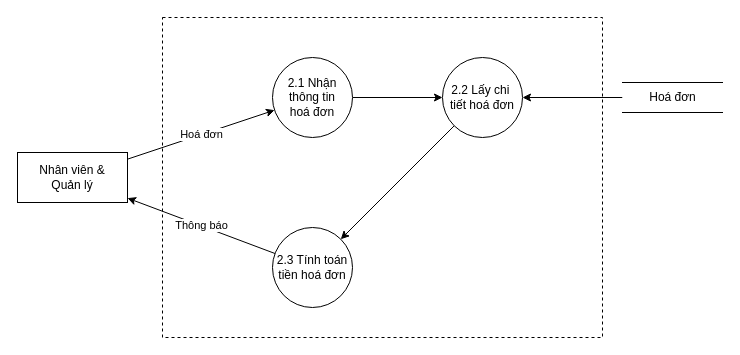
Earlier version of the draw.io diagram page "DFD Mức 2 - 2" (7 of 12) of Document/ĐồÁn/Diagram/Sơ đồ chức năng ministore.drawio (EdgarIgnite16/HTTTDN-Project). Source tidied: cells renumbered, new cells numbered last; positions are measured from the earlier drawing's top-left corner, leaving out a move shared by most shapes. Both pictures are drawn from the tidied source at 100%, with x=0, y=0 at pixel (17, 17).
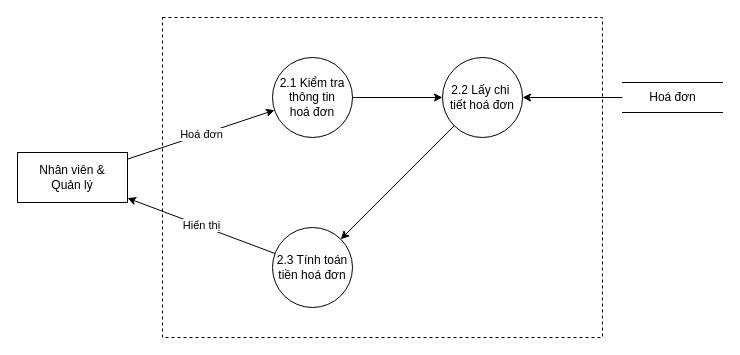
The same diagram, later.

Diff of the diagram source:
```diff
@@
 <mxGraphModel>
   <root>
     <mxCell id="0" />
     <mxCell id="1" parent="0" />
     <mxCell id="2" style="rounded=0;whiteSpace=wrap;html=1;fontFamily=Helvetica;fontSize=12;dashed=1;" parent="1" vertex="1">
       <mxGeometry x="145" width="440" height="320" as="geometry" />
     </mxCell>
     <mxCell id="3" style="edgeStyle=orthogonalEdgeStyle;rounded=0;jettySize=auto;html=1;" parent="1" edge="1" source="4" target="10">
       <mxGeometry relative="1" as="geometry" />
     </mxCell>
-    <mxCell id="4" value="2.1 Nhận&lt;div&gt;thông tin&lt;/div&gt;&lt;div&gt;hoá đơn&lt;/div&gt;" style="ellipse;whiteSpace=wrap;html=1;fontFamily=Helvetica;" parent="1" vertex="1">
+    <mxCell id="4" value="2.1 Kiểm tra&lt;div&gt;thông tin&lt;/div&gt;&lt;div&gt;hoá đơn&lt;/div&gt;" style="ellipse;whiteSpace=wrap;html=1;fontFamily=Helvetica;" parent="1" vertex="1">
       <mxGeometry x="255" y="40" width="80" height="80" as="geometry" />
     </mxCell>
     <mxCell id="5" value="Hoá đơn" style="rounded=0;jettySize=auto;html=1;" parent="1" edge="1" source="6" target="4">
       <mxGeometry relative="1" as="geometry" />
     </mxCell>
     <mxCell id="6" value="Nhân viên &amp;amp;&lt;div&gt;&lt;span style=&quot;background-color: initial;&quot;&gt;Quản lý&lt;/span&gt;&lt;br&gt;&lt;/div&gt;" style="html=1;whiteSpace=wrap;" parent="1" vertex="1">
       <mxGeometry y="135" width="110" height="50" as="geometry" />
     </mxCell>
     <mxCell id="7" style="edgeStyle=orthogonalEdgeStyle;rounded=0;jettySize=auto;html=1;" parent="1" edge="1" source="8" target="10">
       <mxGeometry relative="1" as="geometry" />
     </mxCell>
     <mxCell id="8" value="Hoá đơn" style="html=1;dashed=0;whitespace=wrap;shape=partialRectangle;right=0;left=0;fontFamily=Helvetica;" parent="1" vertex="1">
       <mxGeometry x="605" y="65" width="100" height="30" as="geometry" />
     </mxCell>
     <mxCell id="9" style="rounded=0;jettySize=auto;html=1;" parent="1" edge="1" source="10" target="12">
       <mxGeometry relative="1" as="geometry" />
     </mxCell>
     <mxCell id="10" value="2.2 Lấy chi&amp;nbsp;&lt;div&gt;tiết hoá đơn&lt;/div&gt;" style="ellipse;whiteSpace=wrap;html=1;fontFamily=Helvetica;" parent="1" vertex="1">
       <mxGeometry x="425" y="40" width="80" height="80" as="geometry" />
     </mxCell>
-    <mxCell id="11" value="Thông báo" style="rounded=0;jettySize=auto;html=1;" parent="1" edge="1" source="12" target="6">
+    <mxCell id="11" value="Hiển thị" style="rounded=0;jettySize=auto;html=1;" parent="1" edge="1" source="12" target="6">
       <mxGeometry relative="1" as="geometry" />
     </mxCell>
     <mxCell id="12" value="2.3 Tính toán&lt;div&gt;tiền hoá đơn&lt;/div&gt;" style="ellipse;whiteSpace=wrap;html=1;fontFamily=Helvetica;" parent="1" vertex="1">
       <mxGeometry x="255" y="210" width="80" height="80" as="geometry" />
     </mxCell>
   </root>
 </mxGraphModel>
```
